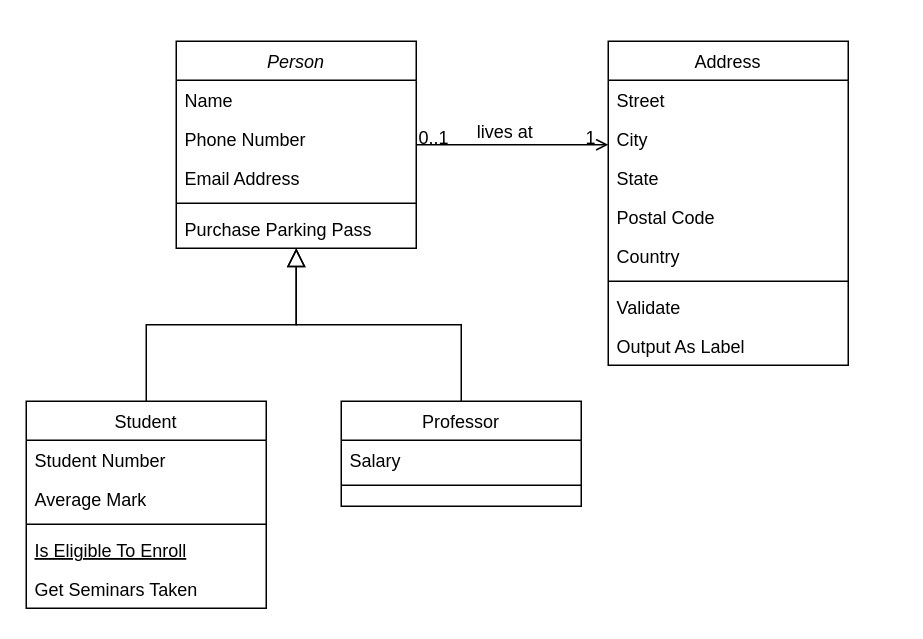
Before: src/Klassendiagramm_Uebung1.drawio in Software-Engineering-Team-HBRS/uebungsaufgaben, a draw.io diagram. Source tidied: cells renumbered, new cells numbered last; positions are measured from the earlier drawing's top-left corner, leaving out a move shared by most shapes. Both pictures are drawn from the tidied source at 150%, with x=0, y=0 at pixel (26, 40).
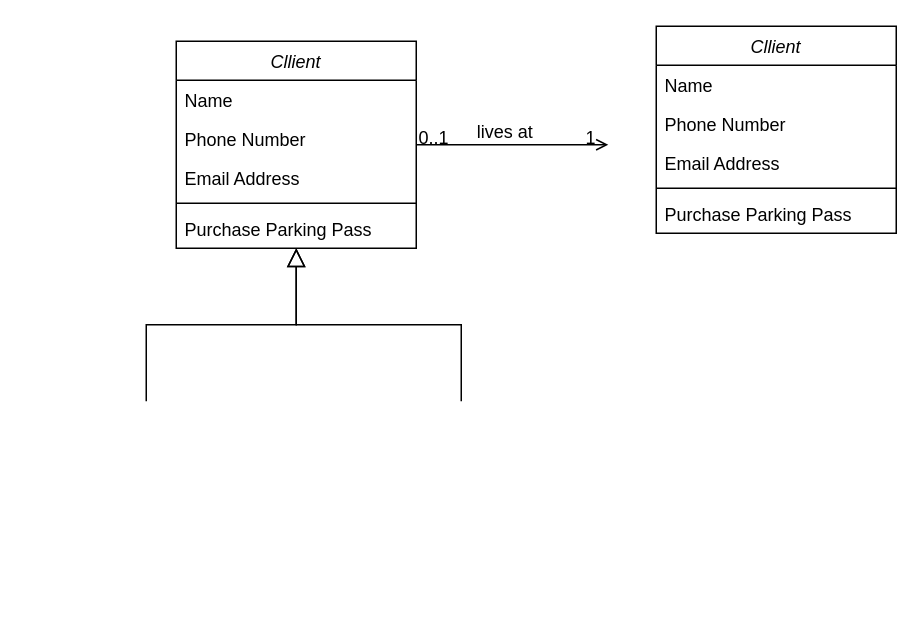
After the change.

Diff of the diagram source:
```diff
@@
-    <mxCell id="2" value="Person" style="swimlane;fontStyle=2;align=center;verticalAlign=top;horizontal=1;startSize=26;rounded=0;shadow=0;strokeWidth=1;" parent="1" vertex="1">
+    <mxCell id="2" value="Cllient" style="swimlane;fontStyle=2;align=center;verticalAlign=top;horizontal=1;startSize=26;rounded=0;shadow=0;strokeWidth=1;" parent="1" vertex="1">
       <mxGeometry x="100" width="160" height="138" as="geometry" />
     </mxCell>
@@
-    <mxCell id="8" value="Student" style="swimlane;fontStyle=0;align=center;verticalAlign=top;horizontal=1;startSize=26;rounded=0;shadow=0;strokeWidth=1;" parent="1" vertex="1">
-      <mxGeometry y="240" width="160" height="138" as="geometry" />
-    </mxCell>
-    <mxCell id="9" value="Student Number" style="text;align=left;verticalAlign=top;spacingLeft=4;spacingRight=4;overflow=hidden;" parent="8" vertex="1">
-      <mxGeometry y="26" width="160" height="26" as="geometry" />
-    </mxCell>
-    <mxCell id="10" value="Average Mark" style="text;align=left;verticalAlign=top;spacingLeft=4;spacingRight=4;overflow=hidden;rounded=0;shadow=0;html=0;" parent="8" vertex="1">
-      <mxGeometry y="52" width="160" height="26" as="geometry" />
-    </mxCell>
-    <mxCell id="11" style="line;html=1;strokeWidth=1;align=left;verticalAlign=middle;spacingTop=-1;spacingLeft=3;spacingRight=3;labelPosition=right;" parent="8" vertex="1">
-      <mxGeometry y="78" width="160" height="8" as="geometry" />
-    </mxCell>
-    <mxCell id="12" value="Is Eligible To Enroll" style="text;align=left;verticalAlign=top;spacingLeft=4;spacingRight=4;overflow=hidden;fontStyle=4;" parent="8" vertex="1">
-      <mxGeometry y="86" width="160" height="26" as="geometry" />
-    </mxCell>
-    <mxCell id="13" value="Get Seminars Taken" style="text;align=left;verticalAlign=top;spacingLeft=4;spacingRight=4;overflow=hidden;" parent="8" vertex="1">
-      <mxGeometry y="112" width="160" height="26" as="geometry" />
-    </mxCell>
-    <mxCell id="14" style="endArrow=block;endSize=10;endFill=0;shadow=0;strokeWidth=1;rounded=0;curved=0;edgeStyle=elbowEdgeStyle;elbow=vertical;" parent="1" edge="1" source="8" target="2">
-      <mxGeometry relative="1" as="geometry" />
+    <mxCell id="14" style="endArrow=block;endSize=10;endFill=0;shadow=0;strokeWidth=1;rounded=0;curved=0;edgeStyle=elbowEdgeStyle;elbow=vertical;" parent="1" edge="1" target="2">
+      <mxGeometry relative="1" as="geometry">
+        <mxPoint x="80" y="240" as="sourcePoint" />
+      </mxGeometry>
     </mxCell>
-    <mxCell id="15" value="Professor" style="swimlane;fontStyle=0;align=center;verticalAlign=top;horizontal=1;startSize=26;rounded=0;shadow=0;strokeWidth=1;" parent="1" vertex="1">
-      <mxGeometry x="210" y="240" width="160" height="70" as="geometry" />
-    </mxCell>
-    <mxCell id="16" value="Salary" style="text;align=left;verticalAlign=top;spacingLeft=4;spacingRight=4;overflow=hidden;" parent="15" vertex="1">
-      <mxGeometry y="26" width="160" height="26" as="geometry" />
-    </mxCell>
-    <mxCell id="17" style="line;html=1;strokeWidth=1;align=left;verticalAlign=middle;spacingTop=-1;spacingLeft=3;spacingRight=3;labelPosition=right;" parent="15" vertex="1">
-      <mxGeometry y="52" width="160" height="8" as="geometry" />
-    </mxCell>
-    <mxCell id="18" style="endArrow=block;endSize=10;endFill=0;shadow=0;strokeWidth=1;rounded=0;curved=0;edgeStyle=elbowEdgeStyle;elbow=vertical;" parent="1" edge="1" source="15" target="2">
-      <mxGeometry relative="1" as="geometry" />
+    <mxCell id="18" style="endArrow=block;endSize=10;endFill=0;shadow=0;strokeWidth=1;rounded=0;curved=0;edgeStyle=elbowEdgeStyle;elbow=vertical;" parent="1" edge="1" target="2">
+      <mxGeometry relative="1" as="geometry">
+        <mxPoint x="290" y="240" as="sourcePoint" />
+      </mxGeometry>
     </mxCell>
-    <mxCell id="19" value="Address" style="swimlane;fontStyle=0;align=center;verticalAlign=top;horizontal=1;startSize=26;rounded=0;shadow=0;strokeWidth=1;" parent="1" vertex="1">
-      <mxGeometry x="388" width="160" height="216" as="geometry" />
-    </mxCell>
-    <mxCell id="20" value="Street" style="text;align=left;verticalAlign=top;spacingLeft=4;spacingRight=4;overflow=hidden;" parent="19" vertex="1">
-      <mxGeometry y="26" width="160" height="26" as="geometry" />
-    </mxCell>
-    <mxCell id="21" value="City" style="text;align=left;verticalAlign=top;spacingLeft=4;spacingRight=4;overflow=hidden;rounded=0;shadow=0;html=0;" parent="19" vertex="1">
-      <mxGeometry y="52" width="160" height="26" as="geometry" />
-    </mxCell>
-    <mxCell id="22" value="State" style="text;align=left;verticalAlign=top;spacingLeft=4;spacingRight=4;overflow=hidden;rounded=0;shadow=0;html=0;" parent="19" vertex="1">
-      <mxGeometry y="78" width="160" height="26" as="geometry" />
-    </mxCell>
-    <mxCell id="23" value="Postal Code" style="text;align=left;verticalAlign=top;spacingLeft=4;spacingRight=4;overflow=hidden;rounded=0;shadow=0;html=0;" parent="19" vertex="1">
-      <mxGeometry y="104" width="160" height="26" as="geometry" />
-    </mxCell>
-    <mxCell id="24" value="Country" style="text;align=left;verticalAlign=top;spacingLeft=4;spacingRight=4;overflow=hidden;rounded=0;shadow=0;html=0;" parent="19" vertex="1">
-      <mxGeometry y="130" width="160" height="26" as="geometry" />
-    </mxCell>
-    <mxCell id="25" style="line;html=1;strokeWidth=1;align=left;verticalAlign=middle;spacingTop=-1;spacingLeft=3;spacingRight=3;labelPosition=right;" parent="19" vertex="1">
-      <mxGeometry y="156" width="160" height="8" as="geometry" />
-    </mxCell>
-    <mxCell id="26" value="Validate" style="text;align=left;verticalAlign=top;spacingLeft=4;spacingRight=4;overflow=hidden;" parent="19" vertex="1">
-      <mxGeometry y="164" width="160" height="26" as="geometry" />
-    </mxCell>
-    <mxCell id="27" value="Output As Label" style="text;align=left;verticalAlign=top;spacingLeft=4;spacingRight=4;overflow=hidden;" parent="19" vertex="1">
-      <mxGeometry y="190" width="160" height="26" as="geometry" />
-    </mxCell>
-    <mxCell id="28" style="endArrow=open;shadow=0;strokeWidth=1;rounded=0;curved=0;endFill=1;edgeStyle=elbowEdgeStyle;elbow=vertical;" parent="1" edge="1" source="2" target="19">
+    <mxCell id="28" style="endArrow=open;shadow=0;strokeWidth=1;rounded=0;curved=0;endFill=1;edgeStyle=elbowEdgeStyle;elbow=vertical;" parent="1" edge="1" source="2">
       <mxGeometry x="0.5" y="41" relative="1" as="geometry">
+        <mxPoint x="388" y="69" as="targetPoint" />
         <mxPoint x="-40" y="32" as="offset" />
       </mxGeometry>
     </mxCell>
@@
+    <mxCell id="32" value="Cllient" style="swimlane;fontStyle=2;align=center;verticalAlign=top;horizontal=1;startSize=26;rounded=0;shadow=0;strokeWidth=1;" parent="1" vertex="1">
+      <mxGeometry x="420" y="-10" width="160" height="138" as="geometry" />
+    </mxCell>
+    <mxCell id="33" value="Name" style="text;align=left;verticalAlign=top;spacingLeft=4;spacingRight=4;overflow=hidden;" parent="32" vertex="1">
+      <mxGeometry y="26" width="160" height="26" as="geometry" />
+    </mxCell>
+    <mxCell id="34" value="Phone Number" style="text;align=left;verticalAlign=top;spacingLeft=4;spacingRight=4;overflow=hidden;rounded=0;shadow=0;html=0;" parent="32" vertex="1">
+      <mxGeometry y="52" width="160" height="26" as="geometry" />
+    </mxCell>
+    <mxCell id="35" value="Email Address" style="text;align=left;verticalAlign=top;spacingLeft=4;spacingRight=4;overflow=hidden;rounded=0;shadow=0;html=0;" parent="32" vertex="1">
+      <mxGeometry y="78" width="160" height="26" as="geometry" />
+    </mxCell>
+    <mxCell id="36" style="line;html=1;strokeWidth=1;align=left;verticalAlign=middle;spacingTop=-1;spacingLeft=3;spacingRight=3;labelPosition=right;" parent="32" vertex="1">
+      <mxGeometry y="104" width="160" height="8" as="geometry" />
+    </mxCell>
+    <mxCell id="37" value="Purchase Parking Pass" style="text;align=left;verticalAlign=top;spacingLeft=4;spacingRight=4;overflow=hidden;" parent="32" vertex="1">
+      <mxGeometry y="112" width="160" height="26" as="geometry" />
+    </mxCell>
```
